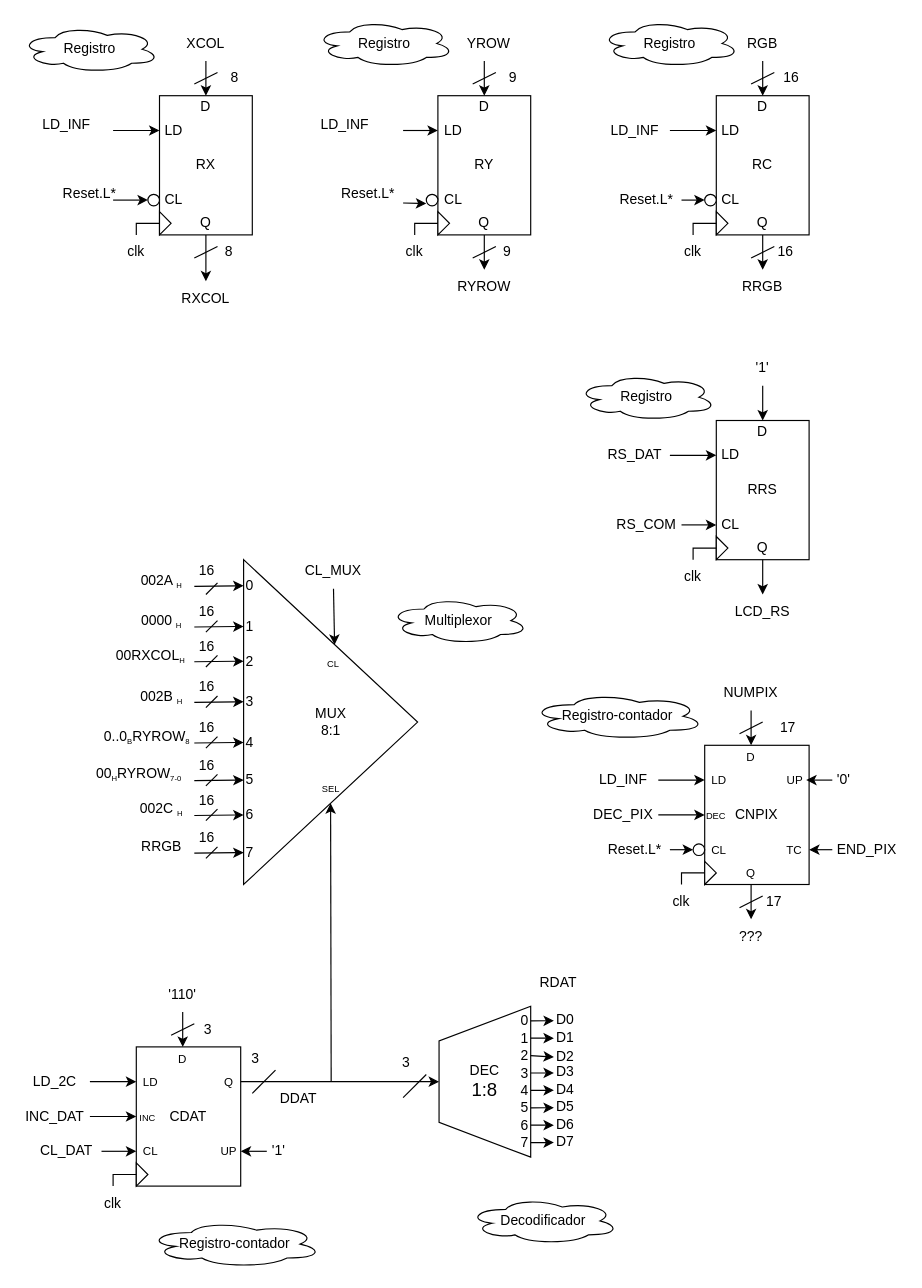
Before: page "UP" (2 of 2) of Grupo-C4/Proyecto/Documentación/LCD_CTRL.drawio in AlexAgustin/Grupo-C4, a draw.io diagram. Source tidied: cells renumbered, new cells numbered last; positions are measured from the earlier drawing's top-left corner, leaving out a move shared by most shapes. Both pictures are drawn from the tidied source at 116%, with x=0, y=0 at pixel (20, 20).
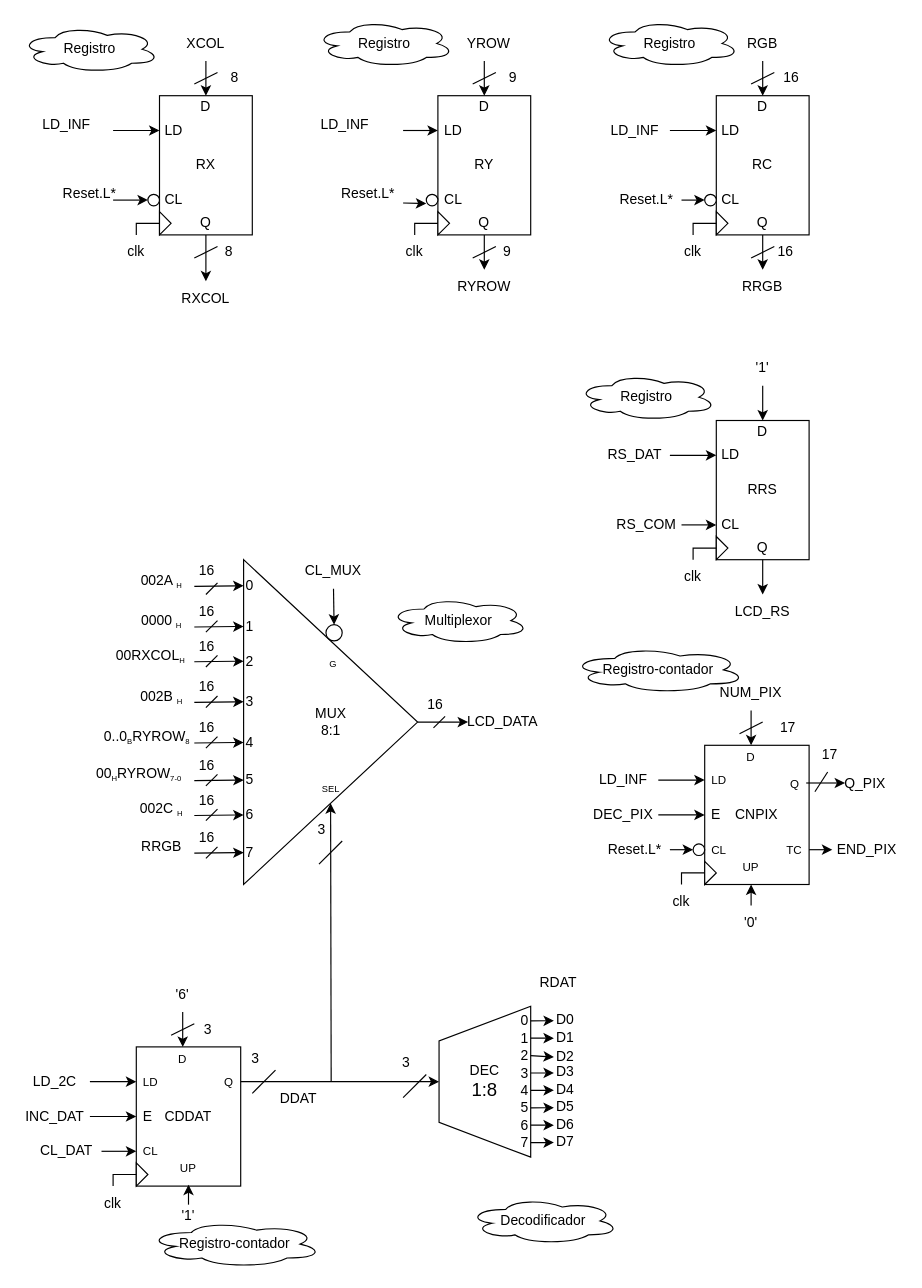
The same page after the edit.

Unchanged cells that the change refers to:
```xml
<mxCell id="108" value="TC" style="text;html=1;strokeColor=none;fillColor=none;align=center;verticalAlign=middle;whiteSpace=wrap;rounded=0;fontSize=10;" parent="1" vertex="1">
  <mxGeometry x="655" y="700" width="25" height="30" as="geometry" />
</mxCell>
<mxCell id="112" value="&lt;font style=&quot;font-size: 12px;&quot;&gt;END_PIX&lt;/font&gt;" style="text;html=1;strokeColor=none;fillColor=none;align=center;verticalAlign=middle;whiteSpace=wrap;rounded=0;fontSize=10;" parent="1" vertex="1">
  <mxGeometry x="700" y="700" width="60" height="30" as="geometry" />
</mxCell>
<mxCell id="168" value="&lt;div&gt;MUX&lt;/div&gt;&lt;div&gt;8:1&lt;br&gt;&lt;/div&gt;" style="triangle;whiteSpace=wrap;html=1;fontSize=12;" parent="1" vertex="1">
  <mxGeometry x="192.5" y="465" width="150" height="280" as="geometry" />
</mxCell>
<mxCell id="219" value="CL_MUX" style="text;html=1;strokeColor=none;fillColor=none;align=center;verticalAlign=middle;whiteSpace=wrap;rounded=0;" parent="1" vertex="1">
  <mxGeometry x="240" y="460" width="60" height="30" as="geometry" />
</mxCell>
```

Change to the diagram source:
```diff
@@
-    <mxCell id="89" style="endArrow=classic;html=1;rounded=0;exitX=0.5;exitY=1;exitDx=0;exitDy=0;" parent="1" edge="1" source="104" target="90">
+    <mxCell id="89" style="endArrow=classic;html=1;rounded=0;exitX=1;exitY=0.5;exitDx=0;exitDy=0;entryX=0;entryY=0.5;entryDx=0;entryDy=0;" parent="1" edge="1" source="104" target="90">
       <mxGeometry relative="1" as="geometry" />
     </mxCell>
-    <mxCell id="90" value="???" style="text;html=1;strokeColor=none;fillColor=none;align=center;verticalAlign=middle;whiteSpace=wrap;rounded=0;" parent="1" vertex="1">
-      <mxGeometry x="600" y="775" width="60" height="30" as="geometry" />
+    <mxCell id="90" value="Q_PIX" style="text;html=1;strokeColor=none;fillColor=none;align=center;verticalAlign=middle;whiteSpace=wrap;rounded=0;" parent="1" vertex="1">
+      <mxGeometry x="711" y="642.5" width="35" height="30" as="geometry" />
     </mxCell>
-    <mxCell id="91" style="endArrow=none;html=1;rounded=0;" parent="1" edge="1">
-      <mxGeometry relative="1" as="geometry">
-        <mxPoint x="620" y="765" as="sourcePoint" />
-        <mxPoint x="640" y="755" as="targetPoint" />
-      </mxGeometry>
-    </mxCell>
     <mxCell id="92" value="17" style="text;html=1;strokeColor=none;fillColor=none;align=center;verticalAlign=middle;whiteSpace=wrap;rounded=0;" parent="1" vertex="1">
-      <mxGeometry x="640" y="745" width="20" height="30" as="geometry" />
+      <mxGeometry x="688" y="617.5" width="20" height="30" as="geometry" />
     </mxCell>
@@
-    <mxCell id="94" value="NUMPIX" style="text;html=1;strokeColor=none;fillColor=none;align=center;verticalAlign=middle;whiteSpace=wrap;rounded=0;" parent="1" vertex="1">
+    <mxCell id="94" value="NUM_PIX" style="text;html=1;strokeColor=none;fillColor=none;align=center;verticalAlign=middle;whiteSpace=wrap;rounded=0;" parent="1" vertex="1">
       <mxGeometry x="600" y="565" width="60" height="30" as="geometry" />
     </mxCell>
@@
     <mxCell id="104" value="&lt;font style=&quot;font-size: 10px;&quot;&gt;Q&lt;/font&gt;" style="text;html=1;strokeColor=none;fillColor=none;align=center;verticalAlign=middle;whiteSpace=wrap;rounded=0;" parent="1" vertex="1">
-      <mxGeometry x="620" y="725" width="20" height="20" as="geometry" />
+      <mxGeometry x="657.5" y="647.5" width="20" height="20" as="geometry" />
     </mxCell>
@@
-    <mxCell id="107" value="&lt;font style=&quot;font-size: 8px;&quot;&gt;DEC&lt;/font&gt;" style="text;html=1;strokeColor=none;fillColor=none;align=center;verticalAlign=middle;whiteSpace=wrap;rounded=0;" parent="1" vertex="1">
+    <mxCell id="107" value="E" style="text;html=1;strokeColor=none;fillColor=none;align=center;verticalAlign=middle;whiteSpace=wrap;rounded=0;" parent="1" vertex="1">
       <mxGeometry x="590" y="670" width="20" height="30" as="geometry" />
     </mxCell>
@@
     <mxCell id="109" value="UP" style="text;html=1;strokeColor=none;fillColor=none;align=center;verticalAlign=middle;whiteSpace=wrap;rounded=0;fontSize=10;" parent="1" vertex="1">
-      <mxGeometry x="657.5" y="640" width="20" height="30" as="geometry" />
+      <mxGeometry x="620" y="715" width="20" height="30" as="geometry" />
     </mxCell>
-    <mxCell id="110" style="endArrow=classic;html=1;rounded=0;fontSize=10;entryX=1;entryY=0.5;entryDx=0;entryDy=0;" parent="1" edge="1" target="109">
-      <mxGeometry relative="1" as="geometry">
-        <mxPoint x="700" y="655" as="sourcePoint" />
-      </mxGeometry>
+    <mxCell id="110" style="endArrow=classic;html=1;rounded=0;fontSize=10;entryX=0.5;entryY=1;entryDx=0;entryDy=0;exitX=0.5;exitY=0;exitDx=0;exitDy=0;" parent="1" edge="1" source="113" target="109">
+      <mxGeometry relative="1" as="geometry" />
     </mxCell>
-    <mxCell id="111" style="endArrow=classic;html=1;rounded=0;fontSize=10;entryX=1;entryY=0.5;entryDx=0;entryDy=0;" parent="1" edge="1" target="108">
-      <mxGeometry relative="1" as="geometry">
-        <mxPoint x="700" y="715" as="sourcePoint" />
-      </mxGeometry>
+    <mxCell id="111" style="endArrow=classic;html=1;rounded=0;fontSize=10;exitX=1;exitY=0.5;exitDx=0;exitDy=0;entryX=0;entryY=0.5;entryDx=0;entryDy=0;" parent="1" edge="1" source="108" target="112">
+      <mxGeometry relative="1" as="geometry" />
     </mxCell>
@@
     <mxCell id="113" value="&lt;font style=&quot;font-size: 12px;&quot;&gt;'0'&lt;/font&gt;" style="text;html=1;strokeColor=none;fillColor=none;align=center;verticalAlign=middle;whiteSpace=wrap;rounded=0;fontSize=10;" parent="1" vertex="1">
-      <mxGeometry x="700" y="640" width="20" height="30" as="geometry" />
+      <mxGeometry x="620" y="763" width="20" height="30" as="geometry" />
     </mxCell>
-    <mxCell id="114" value="CDAT" style="rounded=0;whiteSpace=wrap;html=1;" parent="1" vertex="1">
+    <mxCell id="114" value="CDDAT" style="rounded=0;whiteSpace=wrap;html=1;" parent="1" vertex="1">
       <mxGeometry x="100" y="885" width="90" height="120" as="geometry" />
     </mxCell>
@@
-    <mxCell id="123" value="'110'" style="text;html=1;strokeColor=none;fillColor=none;align=center;verticalAlign=middle;whiteSpace=wrap;rounded=0;" parent="1" vertex="1">
+    <mxCell id="123" value="'6'" style="text;html=1;strokeColor=none;fillColor=none;align=center;verticalAlign=middle;whiteSpace=wrap;rounded=0;" parent="1" vertex="1">
       <mxGeometry x="110" y="825" width="60" height="30" as="geometry" />
     </mxCell>
@@
-    <mxCell id="136" value="&lt;font style=&quot;font-size: 8px;&quot;&gt;INC&lt;/font&gt;" style="text;html=1;strokeColor=none;fillColor=none;align=center;verticalAlign=middle;whiteSpace=wrap;rounded=0;" parent="1" vertex="1">
+    <mxCell id="136" value="E" style="text;html=1;strokeColor=none;fillColor=none;align=center;verticalAlign=middle;whiteSpace=wrap;rounded=0;" parent="1" vertex="1">
       <mxGeometry x="100" y="930" width="20" height="30" as="geometry" />
     </mxCell>
     <mxCell id="137" value="UP" style="text;html=1;strokeColor=none;fillColor=none;align=center;verticalAlign=middle;whiteSpace=wrap;rounded=0;fontSize=10;" parent="1" vertex="1">
-      <mxGeometry x="170" y="960" width="20" height="30" as="geometry" />
+      <mxGeometry x="135" y="973.8" width="20" height="30" as="geometry" />
     </mxCell>
-    <mxCell id="138" style="endArrow=classic;html=1;rounded=0;fontSize=10;entryX=1;entryY=0.5;entryDx=0;entryDy=0;" parent="1" edge="1" target="137">
-      <mxGeometry relative="1" as="geometry">
-        <mxPoint x="212.5" y="975" as="sourcePoint" />
-      </mxGeometry>
+    <mxCell id="138" style="endArrow=classic;html=1;rounded=0;fontSize=10;entryX=0.5;entryY=1;entryDx=0;entryDy=0;exitX=0.5;exitY=0;exitDx=0;exitDy=0;" parent="1" edge="1" source="139" target="137">
+      <mxGeometry relative="1" as="geometry" />
     </mxCell>
     <mxCell id="139" value="&lt;font style=&quot;font-size: 12px;&quot;&gt;'1'&lt;/font&gt;" style="text;html=1;strokeColor=none;fillColor=none;align=center;verticalAlign=middle;whiteSpace=wrap;rounded=0;fontSize=10;" parent="1" vertex="1">
-      <mxGeometry x="212.5" y="960" width="20" height="30" as="geometry" />
+      <mxGeometry x="135" y="1021" width="20" height="19" as="geometry" />
     </mxCell>
@@
     <mxCell id="215" value="&lt;font style=&quot;font-size: 12px;&quot;&gt;Registro-contador&lt;/font&gt;" style="ellipse;shape=cloud;whiteSpace=wrap;html=1;fontSize=8;" parent="1" vertex="1">
-      <mxGeometry x="440" y="580" width="150" height="40" as="geometry" />
+      <mxGeometry x="475" y="540" width="150" height="40" as="geometry" />
     </mxCell>
@@
-    <mxCell id="220" style="endArrow=classic;html=1;rounded=0;exitX=0.5;exitY=1;exitDx=0;exitDy=0;entryX=0.523;entryY=0.262;entryDx=0;entryDy=0;entryPerimeter=0;" parent="1" edge="1" source="219" target="168">
+    <mxCell id="220" style="endArrow=classic;html=1;rounded=0;exitX=0.5;exitY=1;exitDx=0;exitDy=0;" parent="1" edge="1" source="219" target="230">
       <mxGeometry relative="1" as="geometry" />
     </mxCell>
-    <mxCell id="221" value="CL" style="text;html=1;strokeColor=none;fillColor=none;align=center;verticalAlign=middle;whiteSpace=wrap;rounded=0;fontSize=8;" parent="1" vertex="1">
+    <mxCell id="221" value="G" style="text;html=1;strokeColor=none;fillColor=none;align=center;verticalAlign=middle;whiteSpace=wrap;rounded=0;fontSize=8;" parent="1" vertex="1">
       <mxGeometry x="260" y="540" width="20" height="30" as="geometry" />
     </mxCell>
@@
+    <mxCell id="223" style="endArrow=classic;html=1;rounded=0;exitX=1;exitY=0.5;exitDx=0;exitDy=0;" parent="1" edge="1" source="168">
+      <mxGeometry relative="1" as="geometry">
+        <mxPoint x="386" y="605" as="targetPoint" />
+      </mxGeometry>
+    </mxCell>
+    <mxCell id="224" value="LCD_DATA" style="text;html=1;strokeColor=none;fillColor=none;align=center;verticalAlign=middle;whiteSpace=wrap;rounded=0;" parent="1" vertex="1">
+      <mxGeometry x="386" y="590" width="60" height="30" as="geometry" />
+    </mxCell>
+    <mxCell id="225" style="endArrow=none;html=1;rounded=0;" parent="1" edge="1">
+      <mxGeometry relative="1" as="geometry">
+        <mxPoint x="696" y="648" as="sourcePoint" />
+        <mxPoint x="685" y="665" as="targetPoint" />
+      </mxGeometry>
+    </mxCell>
+    <mxCell id="226" style="endArrow=none;html=1;rounded=0;fontSize=12;" parent="1" edge="1">
+      <mxGeometry relative="1" as="geometry">
+        <mxPoint x="356.2" y="610" as="sourcePoint" />
+        <mxPoint x="366.2" y="600" as="targetPoint" />
+        <Array as="points">
+          <mxPoint x="356.2" y="610" />
+        </Array>
+      </mxGeometry>
+    </mxCell>
+    <mxCell id="227" value="16" style="text;html=1;strokeColor=none;fillColor=none;align=center;verticalAlign=middle;whiteSpace=wrap;rounded=0;fontSize=12;" parent="1" vertex="1">
+      <mxGeometry x="342.5" y="585" width="30" height="10" as="geometry" />
+    </mxCell>
+    <mxCell id="228" style="endArrow=none;html=1;rounded=0;" parent="1" edge="1">
+      <mxGeometry relative="1" as="geometry">
+        <mxPoint x="257.5" y="727.5" as="sourcePoint" />
+        <mxPoint x="277.5" y="707.5" as="targetPoint" />
+      </mxGeometry>
+    </mxCell>
+    <mxCell id="229" value="3" style="text;html=1;strokeColor=none;fillColor=none;align=center;verticalAlign=middle;whiteSpace=wrap;rounded=0;" parent="1" vertex="1">
+      <mxGeometry x="250" y="682.5" width="20" height="30" as="geometry" />
+    </mxCell>
+    <mxCell id="230" style="ellipse;whiteSpace=wrap;html=1;" parent="1" vertex="1">
+      <mxGeometry x="263.5" y="521" width="14" height="14" as="geometry" />
+    </mxCell>
```
